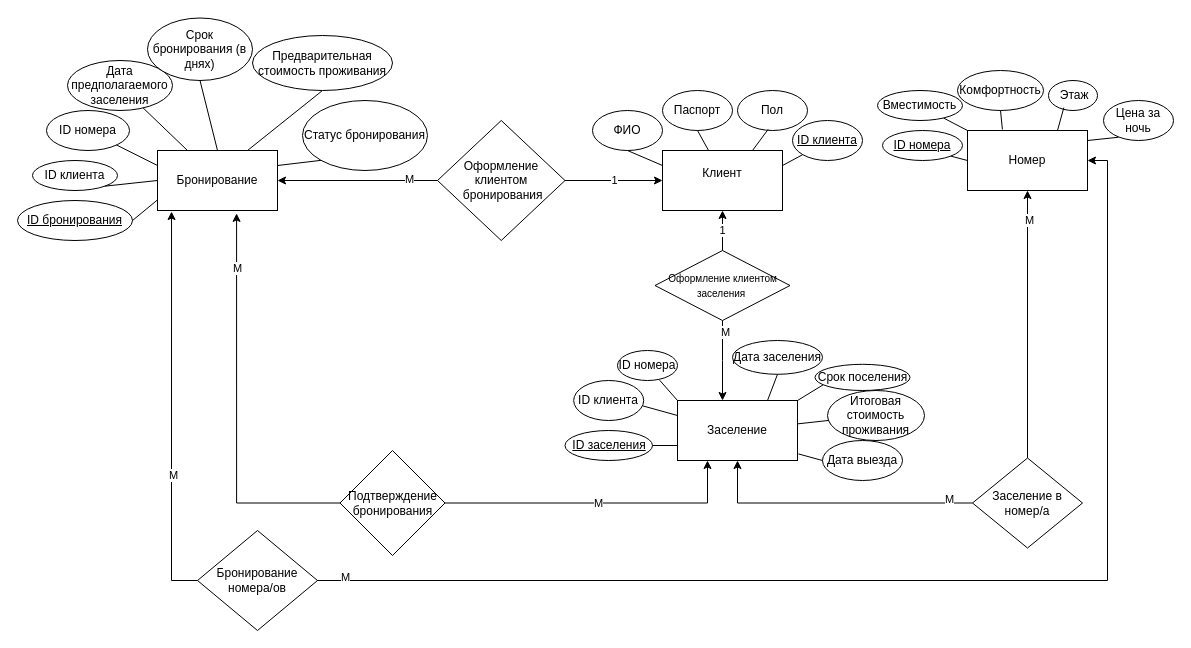
Above: ER_diagram.drawio in keon1x/Data-Base (draw.io), before the change. Source tidied: cells renumbered, new cells numbered last; positions are measured from the earlier drawing's top-left corner, leaving out a move shared by most shapes. Both pictures are drawn from the tidied source at 100%, with x=0, y=0 at pixel (17, 18).
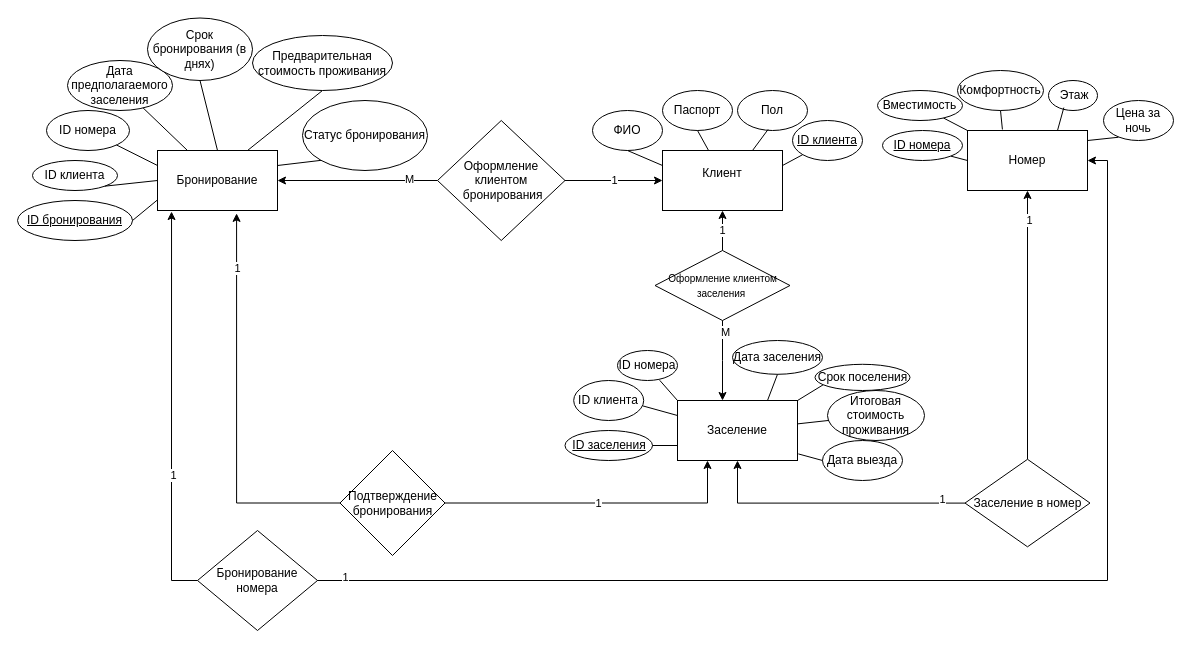
The same page after the edit.

The change refers to these unchanged cells:
```xml
<mxCell id="15" style="edgeStyle=orthogonalEdgeStyle;rounded=0;jettySize=auto;html=1;exitX=1;exitY=0.5;exitDx=0;exitDy=0;entryX=1;entryY=0.5;entryDx=0;entryDy=0;" parent="1" edge="1" target="17">
  <mxGeometry relative="1" as="geometry">
    <mxPoint x="290" y="562" as="sourcePoint" />
    <Array as="points">
      <mxPoint x="1090" y="562" />
      <mxPoint x="1090" y="142" />
    </Array>
  </mxGeometry>
</mxCell>
<mxCell id="26" value="Заселение" style="rounded=0;whiteSpace=wrap;html=1;" parent="1" vertex="1">
  <mxGeometry x="660" y="382" width="120" height="60" as="geometry" />
</mxCell>
<mxCell id="57" style="edgeStyle=orthogonalEdgeStyle;rounded=0;jettySize=auto;html=1;entryX=0.5;entryY=1;entryDx=0;entryDy=0;" parent="1" edge="1" source="61" target="17">
  <mxGeometry relative="1" as="geometry" />
</mxCell>
<mxCell id="59" style="edgeStyle=orthogonalEdgeStyle;rounded=0;jettySize=auto;html=1;entryX=0.5;entryY=1;entryDx=0;entryDy=0;" parent="1" edge="1" source="61" target="26">
  <mxGeometry relative="1" as="geometry" />
</mxCell>
<mxCell id="63" value="Подтверждение бронирования" style="rhombus;whiteSpace=wrap;html=1;" parent="1" vertex="1">
  <mxGeometry x="322.5" y="432" width="105" height="105" as="geometry" />
</mxCell>
<mxCell id="64" style="edgeStyle=orthogonalEdgeStyle;rounded=0;jettySize=auto;html=1;entryX=0.659;entryY=1.048;entryDx=0;entryDy=0;entryPerimeter=0;" parent="1" edge="1" source="63" target="43">
  <mxGeometry relative="1" as="geometry" />
</mxCell>
<mxCell id="72" style="edgeStyle=orthogonalEdgeStyle;rounded=0;jettySize=auto;html=1;entryX=0.117;entryY=1.017;entryDx=0;entryDy=0;entryPerimeter=0;" parent="1" edge="1" source="71" target="43">
  <mxGeometry relative="1" as="geometry">
    <Array as="points">
      <mxPoint x="154" y="562" />
    </Array>
  </mxGeometry>
</mxCell>
```

What changed in the source:
```diff
@@
-    <mxCell id="16" value="M" style="edgeLabel;html=1;align=center;verticalAlign=middle;" parent="15" vertex="1">
+    <mxCell id="16" value="1" style="edgeLabel;html=1;align=center;verticalAlign=middle;" parent="15" vertex="1">
       <mxGeometry x="-0.94" y="4" relative="1" as="geometry" />
     </mxCell>
@@
-    <mxCell id="58" value="M" style="edgeLabel;html=1;align=center;verticalAlign=middle;" parent="57" vertex="1">
+    <mxCell id="58" value="1" style="edgeLabel;html=1;align=center;verticalAlign=middle;" parent="57" vertex="1">
       <mxGeometry x="0.78" y="-1" relative="1" as="geometry" />
     </mxCell>
@@
-    <mxCell id="60" value="M" style="edgeLabel;html=1;align=center;verticalAlign=middle;" parent="59" vertex="1">
+    <mxCell id="60" value="1" style="edgeLabel;html=1;align=center;verticalAlign=middle;" parent="59" vertex="1">
       <mxGeometry x="-0.83" y="-4" relative="1" as="geometry" />
     </mxCell>
-    <mxCell id="61" value="Заселение в номер/a" style="rhombus;whiteSpace=wrap;html=1;" parent="1" vertex="1">
-      <mxGeometry x="955" y="439.5" width="110" height="90" as="geometry" />
+    <mxCell id="61" value="Заселение в номер" style="rhombus;whiteSpace=wrap;html=1;" parent="1" vertex="1">
+      <mxGeometry x="947.5" y="440.8" width="125" height="87.5" as="geometry" />
     </mxCell>
-    <mxCell id="62" value="M" style="edgeStyle=orthogonalEdgeStyle;rounded=0;jettySize=auto;html=1;entryX=0.25;entryY=1;entryDx=0;entryDy=0;" parent="1" edge="1" source="63" target="26">
+    <mxCell id="62" value="1" style="edgeStyle=orthogonalEdgeStyle;rounded=0;jettySize=auto;html=1;entryX=0.25;entryY=1;entryDx=0;entryDy=0;" parent="1" edge="1" source="63" target="26">
       <mxGeometry relative="1" as="geometry" />
     </mxCell>
@@
-    <mxCell id="65" value="M" style="edgeLabel;html=1;align=center;verticalAlign=middle;" parent="64" vertex="1">
+    <mxCell id="65" value="1" style="edgeLabel;html=1;align=center;verticalAlign=middle;" parent="64" vertex="1">
       <mxGeometry x="0.72" relative="1" as="geometry" />
     </mxCell>
@@
-    <mxCell id="71" value="Бронирование номера/ов" style="rhombus;whiteSpace=wrap;html=1;" parent="1" vertex="1">
+    <mxCell id="71" value="Бронирование номера" style="rhombus;whiteSpace=wrap;html=1;" parent="1" vertex="1">
       <mxGeometry x="180" y="512" width="120" height="100" as="geometry" />
     </mxCell>
@@
-    <mxCell id="73" value="M" style="edgeLabel;html=1;align=center;verticalAlign=middle;" parent="72" vertex="1">
+    <mxCell id="73" value="1" style="edgeLabel;html=1;align=center;verticalAlign=middle;" parent="72" vertex="1">
       <mxGeometry x="-0.33" y="-1" relative="1" as="geometry" />
     </mxCell>
```
